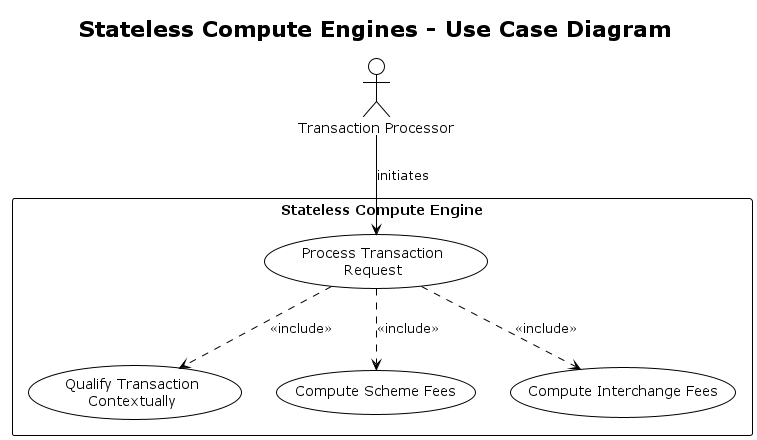
anastaha546/rapport-PFE keeps this PlantUML diagram as out/diagrams/plantuml/in/use-case/use-case.png. Above is the earlier version.
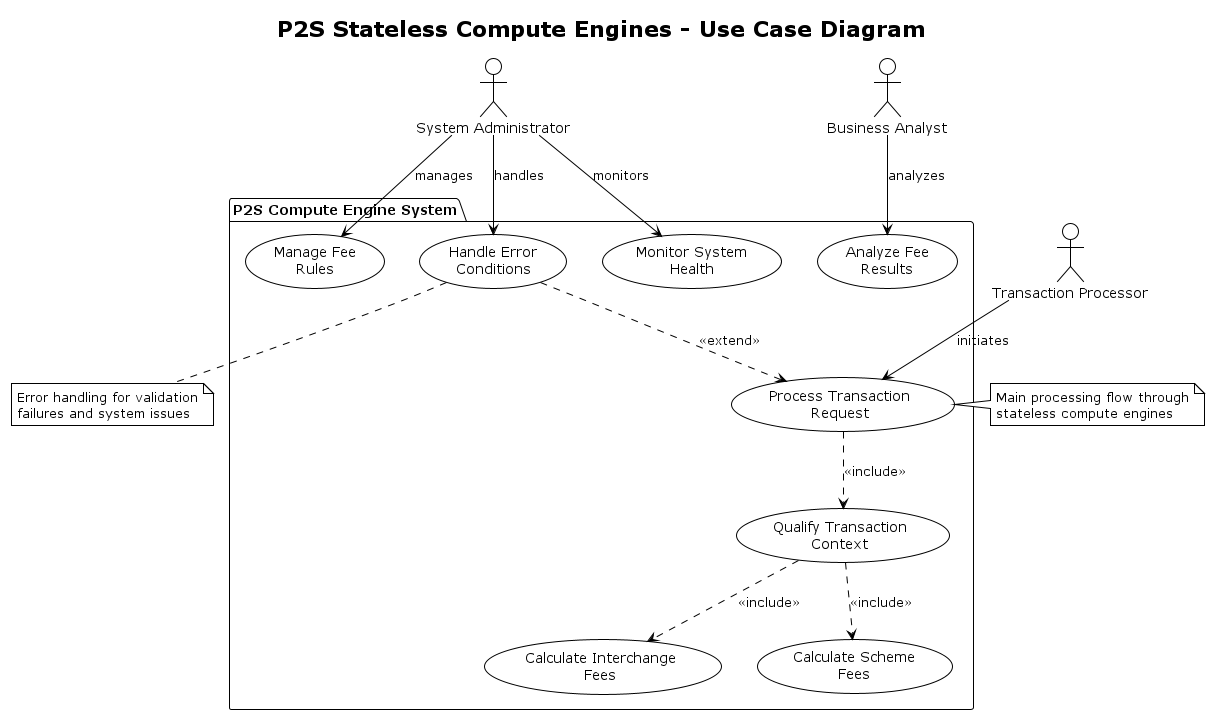
Above is the later version.

Change to the diagram source:
```diff
@@ -1,19 +1,43 @@
 @startuml
 !theme plain
-title Stateless Compute Engines - Use Case Diagram
+title P2S Stateless Compute Engines - Use Case Diagram
 
 actor "Transaction Processor" as TP
+actor "System Administrator" as SA
+actor "Business Analyst" as BA
 
-rectangle "Stateless Compute Engine" {
-    usecase "Qualify Transaction\nContextually" as UC1
-    usecase "Compute Scheme Fees" as UC2
-    usecase "Compute Interchange Fees" as UC3
-    usecase "Process Transaction\nRequest" as UC4
+package "P2S Compute Engine System" {
+
+    usecase "Process Transaction\nRequest" as UC1
+    usecase "Qualify Transaction\nContext" as UC2
+    usecase "Calculate Interchange\nFees" as UC3
+    usecase "Calculate Scheme\nFees" as UC4
+    usecase "Monitor System\nHealth" as UC5
+    usecase "Manage Fee\nRules" as UC6
+    usecase "Handle Error\nConditions" as UC7
+    usecase "Analyze Fee\nResults" as UC8
 }
 
-TP --> UC4 : initiates
+TP --> UC1 : initiates
+SA --> UC5 : monitors
+SA --> UC6 : manages
+SA --> UC7 : handles
+BA --> UC8 : analyzes
 
-UC4 ..> UC1 : <<include>>
-UC4 ..> UC2 : <<include>>
-UC4 ..> UC3 : <<include>>
+UC1 ..> UC2 : <<include>>
+UC2 ..> UC3 : <<include>>
+UC2 ..> UC4 : <<include>>
+
+UC7 ..> UC1 : <<extend>>
+
+note right of UC1
+  Main processing flow through
+  stateless compute engines
+end note
+
+note bottom of UC7
+  Error handling for validation
+  failures and system issues
+end note
+
 @enduml
```
